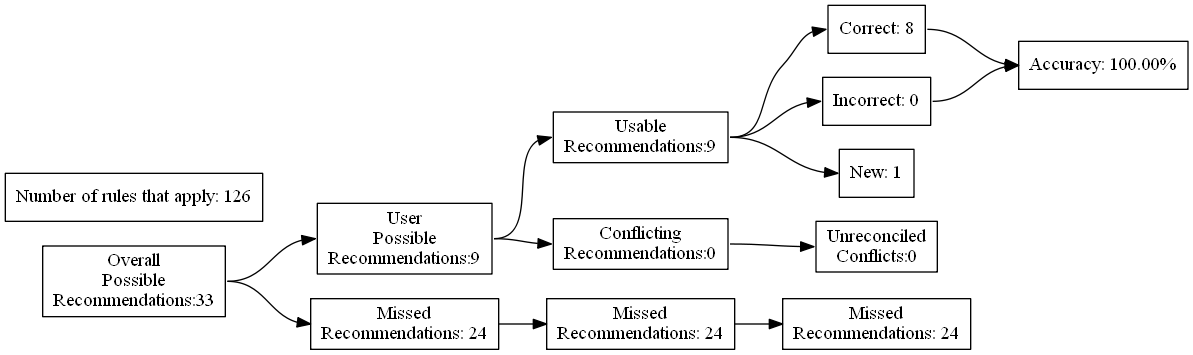
ZaxR/ibd_diet_analysis keeps this Graphviz diagram as test_renders/18.gv.png. Above is the earlier version. Its source is kept beside it as test_renders/18.gv.
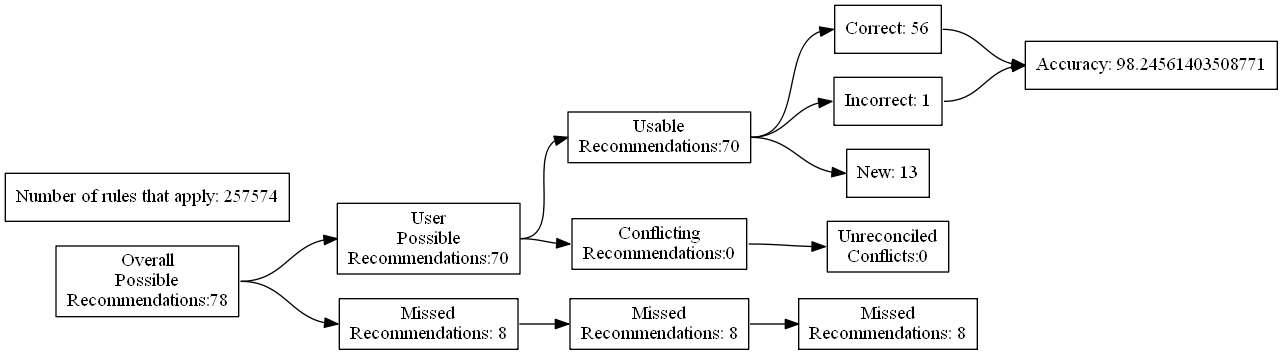
After the commit.

The edit, as a diff of the source:
```diff
@@ -4,27 +4,27 @@
 	edge [headport=w tailport=e]
 		A [label="Overall
 Possible
-Recommendations:33"]
+Recommendations:78"]
 		B [label="User
 Possible
-Recommendations:9"]
+Recommendations:70"]
 		C [label="Missed
-Recommendations: 24"]
+Recommendations: 8"]
 		D [label="Usable
-Recommendations:9"]
+Recommendations:70"]
 		E [label="Conflicting
 Recommendations:0"]
 		J [label="Missed
-Recommendations: 24"]
+Recommendations: 8"]
 		M [label="Unreconciled
 Conflicts:0"]
-		F [label="Correct: 8"]
-		G [label="Incorrect: 0"]
-		H [label="New: 1"]
+		F [label="Correct: 56"]
+		G [label="Incorrect: 1"]
+		H [label="New: 13"]
 		K [label="Missed
-Recommendations: 24"]
-		I [label="Accuracy: 100.00%"]
-		l [label="Number of rules that apply: 126"]
+Recommendations: 8"]
+		I [label="Accuracy: 98.24561403508771"]
+		l [label="Number of rules that apply: 257574"]
 			A -> B
 			A -> C
 			B -> D
```
